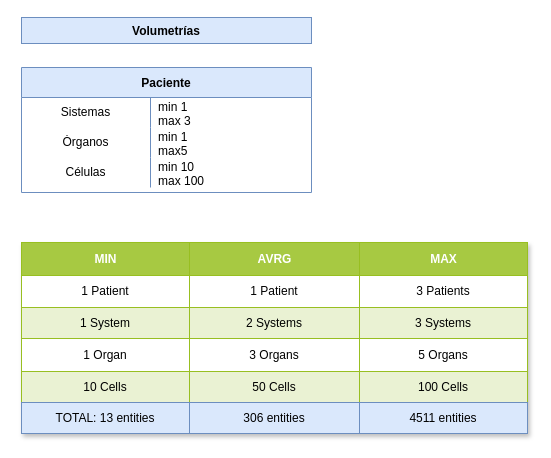
Above: page "Volumetries" (3 of 3) of arch-design/cellprom-tech-arch.drawio in cellprom/cellprom-arq-doc (draw.io), before the change. Source tidied: cells renumbered, new cells numbered last; positions are measured from the earlier drawing's top-left corner, leaving out a move shared by most shapes. Both pictures are drawn from the tidied source at 100%, with x=0, y=0 at pixel (21, 17).
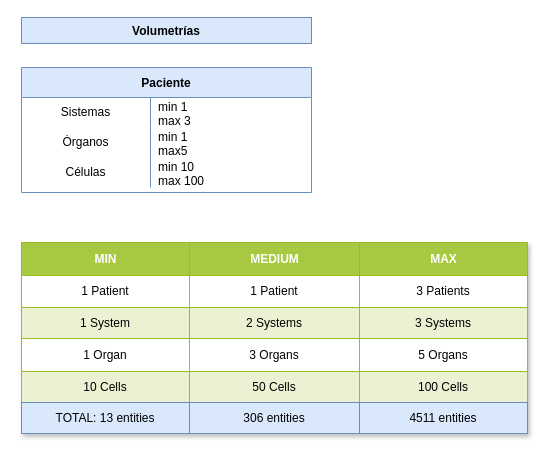
Above is the later version.

The change refers to these unchanged cells:
```xml
<mxCell id="14" style="shape=tableRow;horizontal=0;startSize=0;swimlaneHead=0;swimlaneBody=0;top=0;left=0;bottom=0;right=0;fontStyle=0;strokeColor=inherit;fillColor=#ffffff;" parent="13" vertex="1">
  <mxGeometry width="506" height="33" as="geometry" />
</mxCell>
```

Diff of the diagram source:
```diff
@@
-    <mxCell id="16" value="AVRG" style="strokeColor=inherit;fillColor=#A7C942;align=center;fontStyle=1;fontColor=#FFFFFF;html=1;" parent="14" vertex="1">
+    <mxCell id="16" value="MEDIUM" style="strokeColor=inherit;fillColor=#A7C942;align=center;fontStyle=1;fontColor=#FFFFFF;html=1;" parent="14" vertex="1">
       <mxGeometry x="168" width="170" height="33" as="geometry" />
     </mxCell>
```
